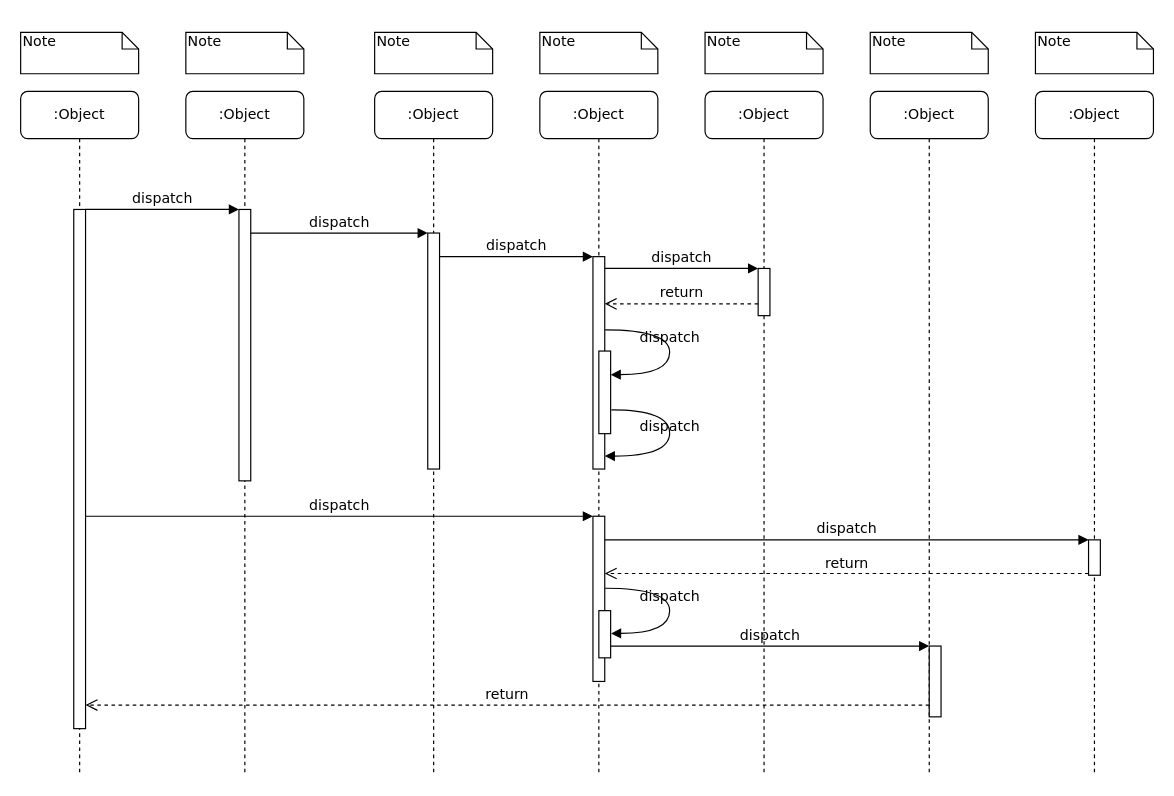
Above: 未命名绘图.drawio in unclequentin/diagrams (draw.io), before the change. Source tidied: cells renumbered, new cells numbered last; positions are measured from the earlier drawing's top-left corner, leaving out a move shared by most shapes. Both pictures are drawn from the tidied source at 118%, with x=0, y=0 at pixel (20, 32).
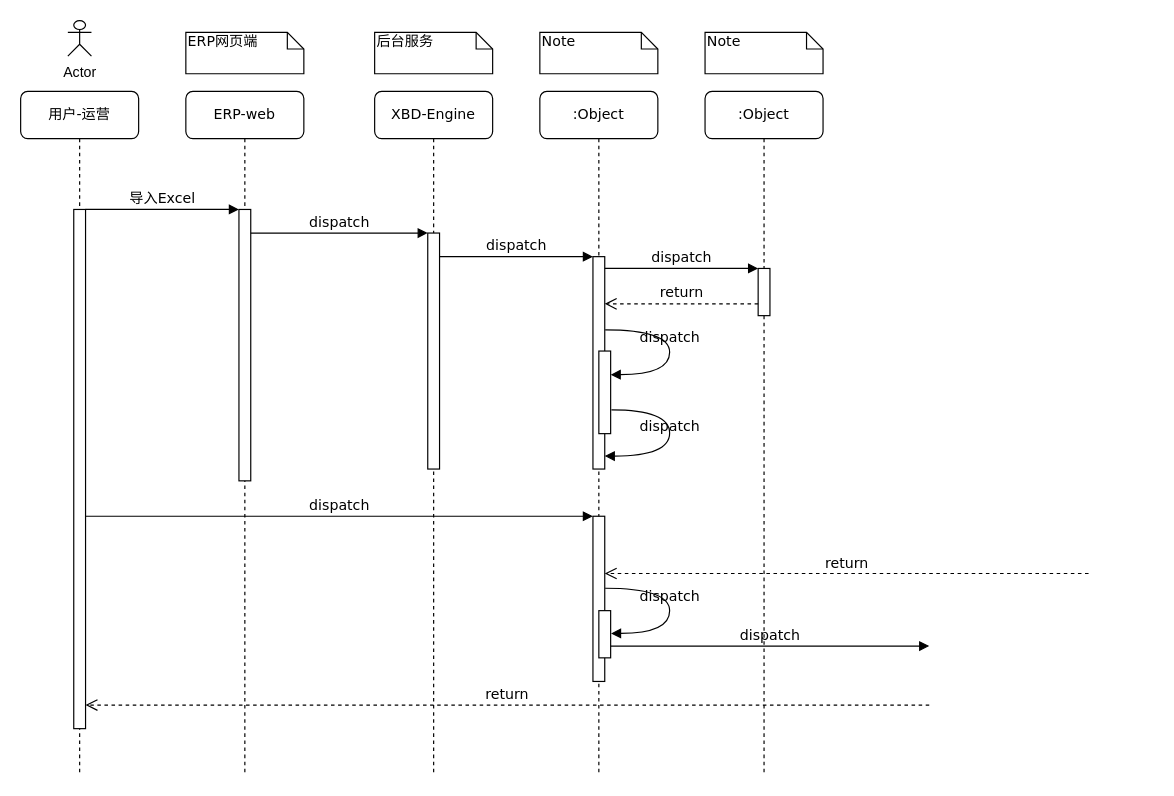
After the change.

Commit message:
更新未命名绘图.drawio

The change refers to these unchanged cells:
```xml
<mxCell id="3" style="html=1;points=[];perimeter=orthogonalPerimeter;rounded=0;shadow=0;comic=0;labelBackgroundColor=none;strokeWidth=1;fontFamily=Verdana;fontSize=12;align=center;" parent="2" vertex="1">
  <mxGeometry x="45" y="100" width="10" height="230" as="geometry" />
</mxCell>
<mxCell id="11" style="html=1;points=[];perimeter=orthogonalPerimeter;rounded=0;shadow=0;comic=0;labelBackgroundColor=none;strokeWidth=1;fontFamily=Verdana;fontSize=12;align=center;" parent="10" vertex="1">
  <mxGeometry x="45" y="100" width="10" height="440" as="geometry" />
</mxCell>
<mxCell id="17" style="html=1;points=[];perimeter=orthogonalPerimeter;rounded=0;shadow=0;comic=0;labelBackgroundColor=none;strokeWidth=1;fontFamily=Verdana;fontSize=12;align=center;" parent="1" vertex="1">
  <mxGeometry x="485" y="410" width="10" height="140" as="geometry" />
</mxCell>
<mxCell id="30" style="html=1;points=[];perimeter=orthogonalPerimeter;rounded=0;shadow=0;comic=0;labelBackgroundColor=none;strokeWidth=1;fontFamily=Verdana;fontSize=12;align=center;" parent="1" vertex="1">
  <mxGeometry x="490" y="490" width="10" height="40" as="geometry" />
</mxCell>
```

Diff of the diagram source:
```diff
@@
-    <mxCell id="2" value=":Object" style="shape=umlLifeline;perimeter=lifelinePerimeter;whiteSpace=wrap;html=1;rounded=1;shadow=0;comic=0;labelBackgroundColor=none;strokeWidth=1;fontFamily=Verdana;fontSize=12;align=center;" parent="1" vertex="1">
+    <mxCell id="2" value="ERP-web" style="shape=umlLifeline;perimeter=lifelinePerimeter;whiteSpace=wrap;html=1;rounded=1;shadow=0;comic=0;labelBackgroundColor=none;strokeWidth=1;fontFamily=Verdana;fontSize=12;align=center;" parent="1" vertex="1">
       <mxGeometry x="140" y="50" width="100" height="580" as="geometry" />
     </mxCell>
@@
-    <mxCell id="4" value=":Object" style="shape=umlLifeline;perimeter=lifelinePerimeter;whiteSpace=wrap;html=1;rounded=1;shadow=0;comic=0;labelBackgroundColor=none;strokeWidth=1;fontFamily=Verdana;fontSize=12;align=center;" parent="1" vertex="1">
+    <mxCell id="4" value="XBD-Engine" style="shape=umlLifeline;perimeter=lifelinePerimeter;whiteSpace=wrap;html=1;rounded=1;shadow=0;comic=0;labelBackgroundColor=none;strokeWidth=1;fontFamily=Verdana;fontSize=12;align=center;" parent="1" vertex="1">
       <mxGeometry x="300" y="50" width="100" height="580" as="geometry" />
     </mxCell>
@@
-    <mxCell id="8" value=":Object" style="shape=umlLifeline;perimeter=lifelinePerimeter;whiteSpace=wrap;html=1;rounded=1;shadow=0;comic=0;labelBackgroundColor=none;strokeWidth=1;fontFamily=Verdana;fontSize=12;align=center;" parent="1" vertex="1">
-      <mxGeometry x="720" y="50" width="100" height="580" as="geometry" />
-    </mxCell>
-    <mxCell id="9" value=":Object" style="shape=umlLifeline;perimeter=lifelinePerimeter;whiteSpace=wrap;html=1;rounded=1;shadow=0;comic=0;labelBackgroundColor=none;strokeWidth=1;fontFamily=Verdana;fontSize=12;align=center;" parent="1" vertex="1">
-      <mxGeometry x="860" y="50" width="100" height="580" as="geometry" />
-    </mxCell>
-    <mxCell id="10" value=":Object" style="shape=umlLifeline;perimeter=lifelinePerimeter;whiteSpace=wrap;html=1;rounded=1;shadow=0;comic=0;labelBackgroundColor=none;strokeWidth=1;fontFamily=Verdana;fontSize=12;align=center;" parent="1" vertex="1">
+    <mxCell id="10" value="用户-运营" style="shape=umlLifeline;perimeter=lifelinePerimeter;whiteSpace=wrap;html=1;rounded=1;shadow=0;comic=0;labelBackgroundColor=none;strokeWidth=1;fontFamily=Verdana;fontSize=12;align=center;" parent="1" vertex="1">
       <mxGeometry y="50" width="100" height="580" as="geometry" />
     </mxCell>
@@
-    <mxCell id="19" style="html=1;points=[];perimeter=orthogonalPerimeter;rounded=0;shadow=0;comic=0;labelBackgroundColor=none;strokeColor=#000000;strokeWidth=1;fillColor=#FFFFFF;fontFamily=Verdana;fontSize=12;fontColor=#000000;align=center;" parent="1" vertex="1">
-      <mxGeometry x="905" y="430" width="10" height="30" as="geometry" />
-    </mxCell>
-    <mxCell id="20" value="dispatch" style="html=1;verticalAlign=bottom;endArrow=block;entryX=0;entryY=0;labelBackgroundColor=none;fontFamily=Verdana;fontSize=12;" parent="1" edge="1" source="17" target="19">
-      <mxGeometry relative="1" as="geometry" />
-    </mxCell>
-    <mxCell id="21" value="return" style="html=1;verticalAlign=bottom;endArrow=open;dashed=1;endSize=8;exitX=0;exitY=0.95;labelBackgroundColor=none;fontFamily=Verdana;fontSize=12;" parent="1" edge="1" source="19" target="17">
-      <mxGeometry relative="1" as="geometry" />
+    <mxCell id="21" value="return" style="html=1;verticalAlign=bottom;endArrow=open;dashed=1;endSize=8;exitX=0;exitY=0.95;labelBackgroundColor=none;fontFamily=Verdana;fontSize=12;" parent="1" edge="1" target="17">
+      <mxGeometry relative="1" as="geometry">
+        <mxPoint x="905" y="458.5" as="sourcePoint" />
+      </mxGeometry>
     </mxCell>
-    <mxCell id="22" style="html=1;points=[];perimeter=orthogonalPerimeter;rounded=0;shadow=0;comic=0;labelBackgroundColor=none;strokeWidth=1;fontFamily=Verdana;fontSize=12;align=center;" parent="1" vertex="1">
-      <mxGeometry x="770" y="520" width="10" height="60" as="geometry" />
-    </mxCell>
-    <mxCell id="23" value="dispatch" style="html=1;verticalAlign=bottom;endArrow=block;entryX=0;entryY=0;labelBackgroundColor=none;fontFamily=Verdana;fontSize=12;edgeStyle=elbowEdgeStyle;elbow=vertical;" parent="1" edge="1" source="30" target="22">
-      <mxGeometry relative="1" as="geometry" />
+    <mxCell id="23" value="dispatch" style="html=1;verticalAlign=bottom;endArrow=block;entryX=0;entryY=0;labelBackgroundColor=none;fontFamily=Verdana;fontSize=12;edgeStyle=elbowEdgeStyle;elbow=vertical;" parent="1" edge="1" source="30">
+      <mxGeometry relative="1" as="geometry">
+        <mxPoint x="770" y="520" as="targetPoint" />
+      </mxGeometry>
     </mxCell>
-    <mxCell id="24" value="return" style="html=1;verticalAlign=bottom;endArrow=open;dashed=1;endSize=8;labelBackgroundColor=none;fontFamily=Verdana;fontSize=12;edgeStyle=elbowEdgeStyle;elbow=vertical;" parent="1" edge="1" source="22" target="11">
+    <mxCell id="24" value="return" style="html=1;verticalAlign=bottom;endArrow=open;dashed=1;endSize=8;labelBackgroundColor=none;fontFamily=Verdana;fontSize=12;edgeStyle=elbowEdgeStyle;elbow=vertical;" parent="1" edge="1" target="11">
       <mxGeometry relative="1" as="geometry">
+        <mxPoint x="770" y="570" as="sourcePoint" />
         <Array as="points">
           <mxPoint x="470" y="570" />
         </Array>
       </mxGeometry>
     </mxCell>
-    <mxCell id="25" value="dispatch" style="html=1;verticalAlign=bottom;endArrow=block;entryX=0;entryY=0;labelBackgroundColor=none;fontFamily=Verdana;fontSize=12;edgeStyle=elbowEdgeStyle;elbow=vertical;" parent="1" edge="1" source="11" target="3">
+    <mxCell id="25" value="导入Excel" style="html=1;verticalAlign=bottom;endArrow=block;entryX=0;entryY=0;labelBackgroundColor=none;fontFamily=Verdana;fontSize=12;edgeStyle=elbowEdgeStyle;elbow=vertical;" parent="1" edge="1" source="11" target="3">
       <mxGeometry relative="1" as="geometry" />
     </mxCell>
@@
-    <mxCell id="32" value="Note" style="shape=note;whiteSpace=wrap;html=1;size=14;verticalAlign=top;align=left;spacingTop=-6;rounded=0;shadow=0;comic=0;labelBackgroundColor=none;strokeWidth=1;fontFamily=Verdana;fontSize=12;" parent="1" vertex="1">
-      <mxGeometry width="100" height="35" as="geometry" />
-    </mxCell>
-    <mxCell id="33" value="Note" style="shape=note;whiteSpace=wrap;html=1;size=14;verticalAlign=top;align=left;spacingTop=-6;rounded=0;shadow=0;comic=0;labelBackgroundColor=none;strokeWidth=1;fontFamily=Verdana;fontSize=12;" parent="1" vertex="1">
+    <mxCell id="33" value="ERP网页端" style="shape=note;whiteSpace=wrap;html=1;size=14;verticalAlign=top;align=left;spacingTop=-6;rounded=0;shadow=0;comic=0;labelBackgroundColor=none;strokeWidth=1;fontFamily=Verdana;fontSize=12;" parent="1" vertex="1">
       <mxGeometry x="140" width="100" height="35" as="geometry" />
     </mxCell>
-    <mxCell id="34" value="Note" style="shape=note;whiteSpace=wrap;html=1;size=14;verticalAlign=top;align=left;spacingTop=-6;rounded=0;shadow=0;comic=0;labelBackgroundColor=none;strokeWidth=1;fontFamily=Verdana;fontSize=12;" parent="1" vertex="1">
+    <mxCell id="34" value="后台服务" style="shape=note;whiteSpace=wrap;html=1;size=14;verticalAlign=top;align=left;spacingTop=-6;rounded=0;shadow=0;comic=0;labelBackgroundColor=none;strokeWidth=1;fontFamily=Verdana;fontSize=12;" parent="1" vertex="1">
       <mxGeometry x="300" width="100" height="35" as="geometry" />
     </mxCell>
@@
-    <mxCell id="37" value="Note" style="shape=note;whiteSpace=wrap;html=1;size=14;verticalAlign=top;align=left;spacingTop=-6;rounded=0;shadow=0;comic=0;labelBackgroundColor=none;strokeWidth=1;fontFamily=Verdana;fontSize=12;" parent="1" vertex="1">
-      <mxGeometry x="720" width="100" height="35" as="geometry" />
-    </mxCell>
-    <mxCell id="38" value="Note" style="shape=note;whiteSpace=wrap;html=1;size=14;verticalAlign=top;align=left;spacingTop=-6;rounded=0;shadow=0;comic=0;labelBackgroundColor=none;strokeWidth=1;fontFamily=Verdana;fontSize=12;" parent="1" vertex="1">
-      <mxGeometry x="860" width="100" height="35" as="geometry" />
-    </mxCell>
+    <mxCell id="39" value="Actor" style="shape=umlActor;verticalLabelPosition=bottom;verticalAlign=top;html=1;" parent="1" vertex="1">
+      <mxGeometry x="40" y="-10" width="20" height="30" as="geometry" />
+    </mxCell>
```
